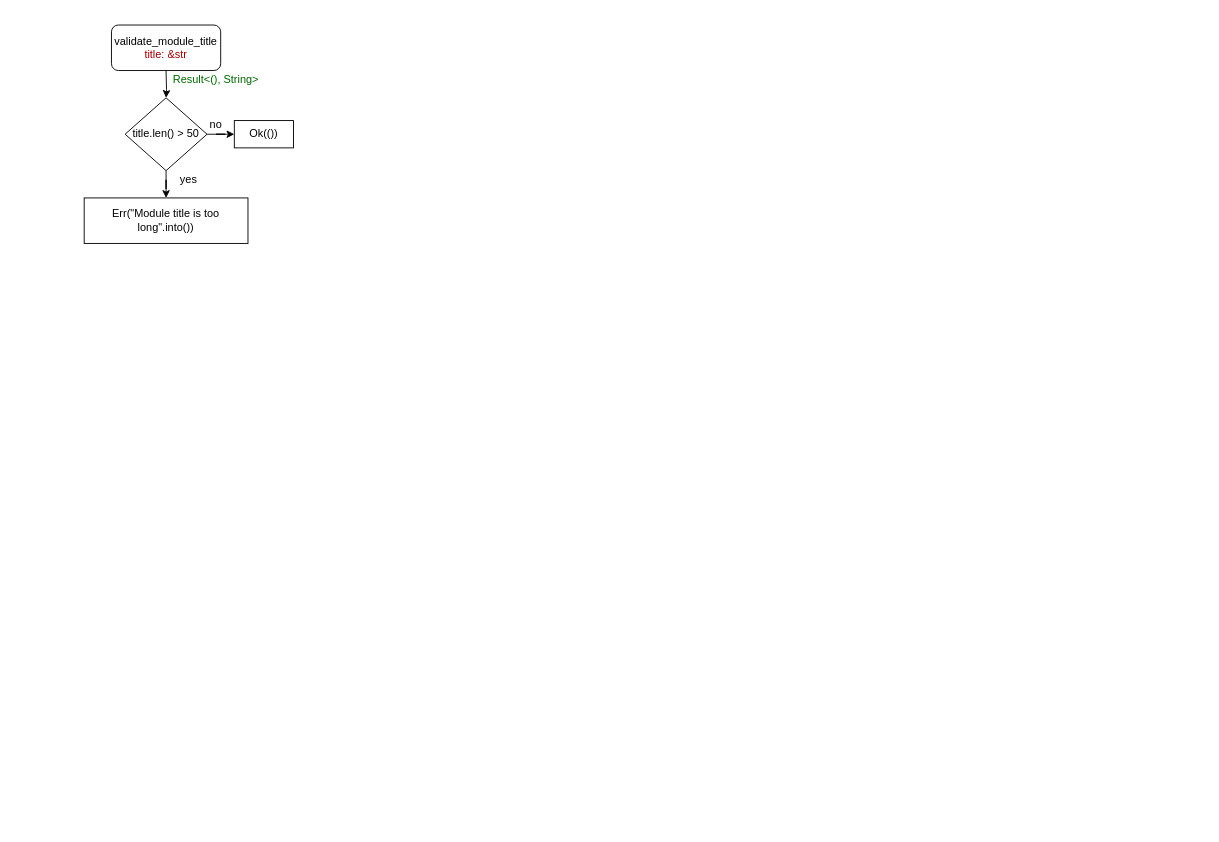
Above: page "module: functions" (7 of 9) of Untitled Diagram.drawio in sdelvalle57/hUdemy (draw.io), before the change. Source tidied: cells renumbered, new cells numbered last; positions are measured from the earlier drawing's top-left corner, leaving out a move shared by most shapes. Both pictures are drawn from the tidied source at 91%, with x=0, y=0 at pixel (84, 25).
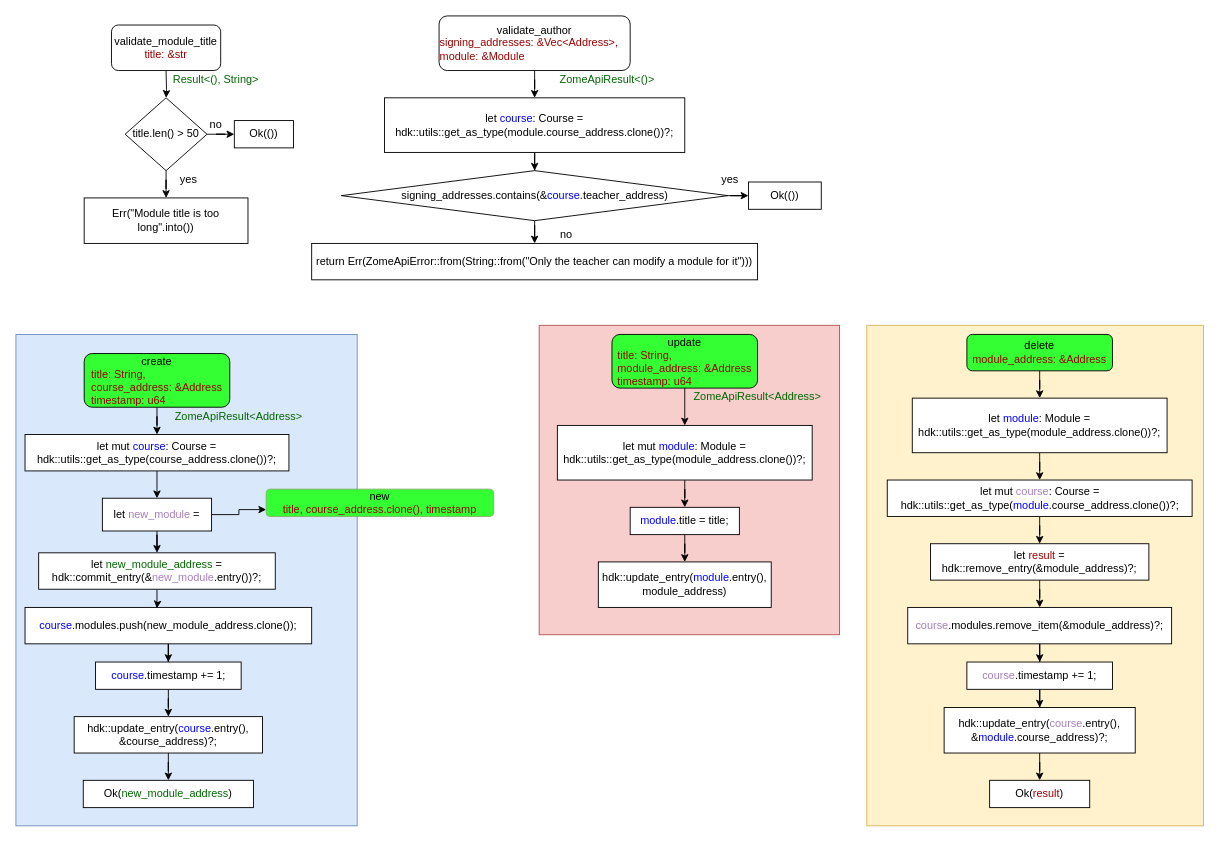
After the change.

The edit, as a diff of the source:
```diff
@@
+    <mxCell id="13" style="rounded=0;whiteSpace=wrap;html=1;fillColor=#fff2cc;strokeColor=#d6b656;" parent="1" vertex="1">
+      <mxGeometry x="860" y="330" width="370" height="550" as="geometry" />
+    </mxCell>
+    <mxCell id="14" style="rounded=0;whiteSpace=wrap;html=1;fillColor=#f8cecc;strokeColor=#b85450;" parent="1" vertex="1">
+      <mxGeometry x="500" y="330" width="330" height="340" as="geometry" />
+    </mxCell>
+    <mxCell id="15" style="rounded=0;whiteSpace=wrap;html=1;fillColor=#dae8fc;strokeColor=#6c8ebf;" parent="1" vertex="1">
+      <mxGeometry x="-75" y="340" width="375" height="540" as="geometry" />
+    </mxCell>
@@
+    <mxCell id="16" style="edgeStyle=orthogonalEdgeStyle;rounded=0;jettySize=auto;html=1;entryX=0.5;entryY=0;entryDx=0;entryDy=0;" parent="1" edge="1" source="17" target="20">
+      <mxGeometry relative="1" as="geometry" />
+    </mxCell>
+    <mxCell id="17" value="&lt;div&gt;validate_author&lt;/div&gt;&lt;div align=&quot;left&quot;&gt;&lt;font color=&quot;#990000&quot;&gt;signing_addresses: &amp;amp;Vec&amp;lt;Address&amp;gt;, module: &amp;amp;Module&lt;/font&gt;&lt;/div&gt;" style="rounded=1;whiteSpace=wrap;html=1;" parent="1" vertex="1">
+      <mxGeometry x="390" y="-10" width="210" height="60" as="geometry" />
+    </mxCell>
+    <mxCell id="18" value="&lt;font color=&quot;#006600&quot;&gt;ZomeApiResult&amp;lt;()&amp;gt;&lt;/font&gt;" style="text;html=1;strokeColor=none;fillColor=none;align=center;verticalAlign=middle;whiteSpace=wrap;rounded=0;" parent="1" vertex="1">
+      <mxGeometry x="520" y="50" width="110" height="20" as="geometry" />
+    </mxCell>
+    <mxCell id="19" style="edgeStyle=orthogonalEdgeStyle;rounded=0;jettySize=auto;html=1;entryX=0.5;entryY=0;entryDx=0;entryDy=0;" parent="1" edge="1" source="20" target="23">
+      <mxGeometry relative="1" as="geometry" />
+    </mxCell>
+    <mxCell id="20" value="let &lt;font color=&quot;#0000FF&quot;&gt;course&lt;/font&gt;: Course = hdk::utils::get_as_type(module.course_address.clone())?;" style="rounded=0;whiteSpace=wrap;html=1;" parent="1" vertex="1">
+      <mxGeometry x="330" y="80" width="330" height="60" as="geometry" />
+    </mxCell>
+    <mxCell id="21" style="edgeStyle=orthogonalEdgeStyle;rounded=0;jettySize=auto;html=1;entryX=0.5;entryY=0;entryDx=0;entryDy=0;" parent="1" edge="1" source="23" target="24">
+      <mxGeometry relative="1" as="geometry" />
+    </mxCell>
+    <mxCell id="22" style="edgeStyle=orthogonalEdgeStyle;rounded=0;jettySize=auto;html=1;entryX=0;entryY=0.5;entryDx=0;entryDy=0;" parent="1" edge="1" source="23" target="26">
+      <mxGeometry relative="1" as="geometry" />
+    </mxCell>
+    <mxCell id="23" value="signing_addresses.contains(&amp;amp;&lt;font color=&quot;#0000FF&quot;&gt;course&lt;/font&gt;.teacher_address)" style="rhombus;whiteSpace=wrap;html=1;" parent="1" vertex="1">
+      <mxGeometry x="282.5" y="160" width="425" height="55" as="geometry" />
+    </mxCell>
+    <mxCell id="24" value="return Err(ZomeApiError::from(String::from(&quot;Only the teacher can modify a module for it&quot;)))" style="rounded=0;whiteSpace=wrap;html=1;" parent="1" vertex="1">
+      <mxGeometry x="250" y="240" width="490" height="40" as="geometry" />
+    </mxCell>
+    <mxCell id="25" value="no" style="text;html=1;strokeColor=none;fillColor=none;align=center;verticalAlign=middle;whiteSpace=wrap;rounded=0;" parent="1" vertex="1">
+      <mxGeometry x="510" y="220" width="40" height="20" as="geometry" />
+    </mxCell>
+    <mxCell id="26" value="Ok(())" style="rounded=0;whiteSpace=wrap;html=1;" parent="1" vertex="1">
+      <mxGeometry x="730" y="172.5" width="80" height="30" as="geometry" />
+    </mxCell>
+    <mxCell id="27" value="yes" style="text;html=1;strokeColor=none;fillColor=none;align=center;verticalAlign=middle;whiteSpace=wrap;rounded=0;" parent="1" vertex="1">
+      <mxGeometry x="690" y="160" width="40" height="20" as="geometry" />
+    </mxCell>
+    <mxCell id="28" style="edgeStyle=orthogonalEdgeStyle;rounded=0;jettySize=auto;html=1;entryX=0.5;entryY=0;entryDx=0;entryDy=0;" parent="1" edge="1" source="29" target="32">
+      <mxGeometry relative="1" as="geometry" />
+    </mxCell>
+    <mxCell id="29" value="create&lt;br&gt;&lt;div align=&quot;left&quot;&gt;&lt;font color=&quot;#990000&quot;&gt;title: String,&lt;/font&gt;&lt;/div&gt;&lt;div align=&quot;left&quot;&gt;&lt;font color=&quot;#990000&quot;&gt;course_address: &amp;amp;Address&lt;br&gt;&lt;/font&gt;&lt;/div&gt;&lt;div align=&quot;left&quot;&gt;&lt;font color=&quot;#990000&quot;&gt;timestamp: u64&lt;/font&gt;&lt;/div&gt;" style="rounded=1;whiteSpace=wrap;html=1;fillColor=#33FF33;" parent="1" vertex="1">
+      <mxGeometry y="361" width="160" height="59" as="geometry" />
+    </mxCell>
+    <mxCell id="30" value="&lt;font color=&quot;#006600&quot;&gt;ZomeApiResult&amp;lt;Address&amp;gt;&lt;/font&gt;" style="text;html=1;strokeColor=none;fillColor=none;align=center;verticalAlign=middle;whiteSpace=wrap;rounded=0;" parent="1" vertex="1">
+      <mxGeometry x="100" y="420" width="140" height="20" as="geometry" />
+    </mxCell>
+    <mxCell id="31" style="edgeStyle=orthogonalEdgeStyle;rounded=0;jettySize=auto;html=1;" parent="1" edge="1" source="32">
+      <mxGeometry relative="1" as="geometry">
+        <mxPoint x="80" y="520" as="targetPoint" />
+      </mxGeometry>
+    </mxCell>
+    <mxCell id="32" value="let mut &lt;font color=&quot;#0000FF&quot;&gt;course&lt;/font&gt;: Course = hdk::utils::get_as_type(course_address.clone())?;" style="rounded=0;whiteSpace=wrap;html=1;" parent="1" vertex="1">
+      <mxGeometry x="-65" y="450" width="290" height="40" as="geometry" />
+    </mxCell>
+    <mxCell id="33" value="&lt;div&gt;new&lt;/div&gt;&lt;font color=&quot;#990000&quot;&gt;title, course_address.clone(), timestamp&lt;br&gt;&lt;/font&gt;" style="rounded=1;whiteSpace=wrap;html=1;fillColor=#33FF33;strokeColor=#82b366;" parent="1" vertex="1">
+      <mxGeometry x="200" y="510" width="250" height="30" as="geometry" />
+    </mxCell>
+    <mxCell id="34" style="edgeStyle=orthogonalEdgeStyle;rounded=0;jettySize=auto;html=1;entryX=0;entryY=0.75;entryDx=0;entryDy=0;" parent="1" edge="1" source="36" target="33">
+      <mxGeometry relative="1" as="geometry" />
+    </mxCell>
+    <mxCell id="35" style="edgeStyle=orthogonalEdgeStyle;rounded=0;jettySize=auto;html=1;entryX=0.5;entryY=0;entryDx=0;entryDy=0;" parent="1" edge="1" source="36" target="38">
+      <mxGeometry relative="1" as="geometry" />
+    </mxCell>
+    <mxCell id="36" value="let &lt;font color=&quot;#A680B8&quot;&gt;new_module &lt;/font&gt;=" style="rounded=0;whiteSpace=wrap;html=1;" parent="1" vertex="1">
+      <mxGeometry x="20" y="520" width="120" height="36" as="geometry" />
+    </mxCell>
+    <mxCell id="37" style="edgeStyle=orthogonalEdgeStyle;rounded=0;jettySize=auto;html=1;entryX=0.46;entryY=0.025;entryDx=0;entryDy=0;entryPerimeter=0;" parent="1" edge="1" source="38" target="40">
+      <mxGeometry relative="1" as="geometry" />
+    </mxCell>
+    <mxCell id="38" value="let &lt;font color=&quot;#006600&quot;&gt;new_module_address &lt;/font&gt;= hdk::commit_entry(&amp;amp;&lt;font color=&quot;#A680B8&quot;&gt;new_module&lt;/font&gt;.entry())?;" style="rounded=0;whiteSpace=wrap;html=1;" parent="1" vertex="1">
+      <mxGeometry x="-50" y="580" width="260" height="40" as="geometry" />
+    </mxCell>
+    <mxCell id="39" style="edgeStyle=orthogonalEdgeStyle;rounded=0;jettySize=auto;html=1;" parent="1" edge="1" source="40" target="42">
+      <mxGeometry relative="1" as="geometry" />
+    </mxCell>
+    <mxCell id="40" value="&lt;font color=&quot;#0000FF&quot;&gt;course&lt;/font&gt;.modules.push(new_module_address.clone());" style="rounded=0;whiteSpace=wrap;html=1;" parent="1" vertex="1">
+      <mxGeometry x="-65" y="640" width="315" height="40" as="geometry" />
+    </mxCell>
+    <mxCell id="41" style="edgeStyle=orthogonalEdgeStyle;rounded=0;jettySize=auto;html=1;entryX=0.5;entryY=0;entryDx=0;entryDy=0;" parent="1" edge="1" source="42" target="44">
+      <mxGeometry relative="1" as="geometry" />
+    </mxCell>
+    <mxCell id="42" value="&lt;font color=&quot;#0000FF&quot;&gt;course&lt;/font&gt;.timestamp += 1;" style="rounded=0;whiteSpace=wrap;html=1;" parent="1" vertex="1">
+      <mxGeometry x="12.5" y="700" width="160" height="30" as="geometry" />
+    </mxCell>
+    <mxCell id="43" style="edgeStyle=orthogonalEdgeStyle;rounded=0;jettySize=auto;html=1;" parent="1" edge="1" source="44" target="45">
+      <mxGeometry relative="1" as="geometry" />
+    </mxCell>
+    <mxCell id="44" value="hdk::update_entry(&lt;font color=&quot;#0000FF&quot;&gt;course&lt;/font&gt;.entry(), &amp;amp;course_address)?;" style="rounded=0;whiteSpace=wrap;html=1;" parent="1" vertex="1">
+      <mxGeometry x="-11" y="760" width="207" height="40" as="geometry" />
+    </mxCell>
+    <mxCell id="45" value="Ok(&lt;font color=&quot;#006600&quot;&gt;new_module_address&lt;/font&gt;)" style="rounded=0;whiteSpace=wrap;html=1;" parent="1" vertex="1">
+      <mxGeometry x="-1" y="830" width="187" height="30" as="geometry" />
+    </mxCell>
+    <mxCell id="46" style="edgeStyle=orthogonalEdgeStyle;rounded=0;jettySize=auto;html=1;entryX=0.5;entryY=0;entryDx=0;entryDy=0;" parent="1" edge="1" source="47" target="50">
+      <mxGeometry relative="1" as="geometry" />
+    </mxCell>
+    <mxCell id="47" value="update&lt;br&gt;&lt;div align=&quot;left&quot;&gt;&lt;font color=&quot;#990000&quot;&gt;title: String,&lt;/font&gt;&lt;/div&gt;&lt;div align=&quot;left&quot;&gt;&lt;font color=&quot;#990000&quot;&gt;module_address: &amp;amp;Address&lt;br&gt;&lt;/font&gt;&lt;/div&gt;&lt;div align=&quot;left&quot;&gt;&lt;font color=&quot;#990000&quot;&gt;timestamp: u64&lt;/font&gt;&lt;/div&gt;" style="rounded=1;whiteSpace=wrap;html=1;fillColor=#33FF33;" parent="1" vertex="1">
+      <mxGeometry x="580" y="340" width="160" height="59" as="geometry" />
+    </mxCell>
+    <mxCell id="48" value="&lt;font color=&quot;#006600&quot;&gt;ZomeApiResult&amp;lt;Address&amp;gt;&lt;/font&gt;" style="text;html=1;strokeColor=none;fillColor=none;align=center;verticalAlign=middle;whiteSpace=wrap;rounded=0;" parent="1" vertex="1">
+      <mxGeometry x="670" y="399" width="140" height="20" as="geometry" />
+    </mxCell>
+    <mxCell id="49" style="edgeStyle=orthogonalEdgeStyle;rounded=0;jettySize=auto;html=1;entryX=0.5;entryY=0;entryDx=0;entryDy=0;" parent="1" edge="1" source="50" target="52">
+      <mxGeometry relative="1" as="geometry" />
+    </mxCell>
+    <mxCell id="50" value="let mut &lt;font color=&quot;#0000FF&quot;&gt;module&lt;/font&gt;: Module = hdk::utils::get_as_type(module_address.clone())?;" style="rounded=0;whiteSpace=wrap;html=1;" parent="1" vertex="1">
+      <mxGeometry x="520" y="440" width="280" height="60" as="geometry" />
+    </mxCell>
+    <mxCell id="51" style="edgeStyle=orthogonalEdgeStyle;rounded=0;jettySize=auto;html=1;entryX=0.5;entryY=0;entryDx=0;entryDy=0;" parent="1" edge="1" source="52" target="53">
+      <mxGeometry relative="1" as="geometry" />
+    </mxCell>
+    <mxCell id="52" value="&lt;font color=&quot;#0000FF&quot;&gt;module&lt;/font&gt;.title = title;" style="rounded=0;whiteSpace=wrap;html=1;" parent="1" vertex="1">
+      <mxGeometry x="600" y="530" width="120" height="30" as="geometry" />
+    </mxCell>
+    <mxCell id="53" value="hdk::update_entry(&lt;font color=&quot;#0000FF&quot;&gt;module&lt;/font&gt;.entry(), module_address)" style="rounded=0;whiteSpace=wrap;html=1;" parent="1" vertex="1">
+      <mxGeometry x="565" y="590" width="190" height="50" as="geometry" />
+    </mxCell>
+    <mxCell id="54" style="edgeStyle=orthogonalEdgeStyle;rounded=0;jettySize=auto;html=1;entryX=0.5;entryY=0;entryDx=0;entryDy=0;" parent="1" edge="1" source="55" target="57">
+      <mxGeometry relative="1" as="geometry" />
+    </mxCell>
+    <mxCell id="55" value="delete&lt;br&gt;&lt;div align=&quot;left&quot;&gt;&lt;font color=&quot;#990000&quot;&gt;module_address: &amp;amp;Address&lt;br&gt;&lt;/font&gt;&lt;/div&gt;" style="rounded=1;whiteSpace=wrap;html=1;fillColor=#33FF33;" parent="1" vertex="1">
+      <mxGeometry x="970" y="340" width="160" height="40" as="geometry" />
+    </mxCell>
+    <mxCell id="56" style="edgeStyle=orthogonalEdgeStyle;rounded=0;jettySize=auto;html=1;entryX=0.5;entryY=0;entryDx=0;entryDy=0;" parent="1" edge="1" source="57" target="59">
+      <mxGeometry relative="1" as="geometry" />
+    </mxCell>
+    <mxCell id="57" value="let &lt;font color=&quot;#0000FF&quot;&gt;module&lt;/font&gt;: Module = hdk::utils::get_as_type(module_address.clone())?;" style="rounded=0;whiteSpace=wrap;html=1;" parent="1" vertex="1">
+      <mxGeometry x="910" y="410" width="280" height="60" as="geometry" />
+    </mxCell>
+    <mxCell id="58" style="edgeStyle=orthogonalEdgeStyle;rounded=0;jettySize=auto;html=1;entryX=0.5;entryY=0;entryDx=0;entryDy=0;" parent="1" edge="1" source="59" target="61">
+      <mxGeometry relative="1" as="geometry" />
+    </mxCell>
+    <mxCell id="59" value="let mut &lt;font color=&quot;#A680B8&quot;&gt;course&lt;/font&gt;: Course = hdk::utils::get_as_type(&lt;font color=&quot;#0000FF&quot;&gt;module&lt;/font&gt;.course_address.clone())?;" style="rounded=0;whiteSpace=wrap;html=1;" parent="1" vertex="1">
+      <mxGeometry x="882.5" y="500" width="335" height="40" as="geometry" />
+    </mxCell>
+    <mxCell id="60" style="edgeStyle=orthogonalEdgeStyle;rounded=0;jettySize=auto;html=1;entryX=0.5;entryY=0;entryDx=0;entryDy=0;" parent="1" edge="1" source="61" target="63">
+      <mxGeometry relative="1" as="geometry" />
+    </mxCell>
+    <mxCell id="61" value="let &lt;font color=&quot;#990000&quot;&gt;result &lt;/font&gt;= hdk::remove_entry(&amp;amp;module_address)?;" style="rounded=0;whiteSpace=wrap;html=1;" parent="1" vertex="1">
+      <mxGeometry x="930" y="570" width="240" height="40" as="geometry" />
+    </mxCell>
+    <mxCell id="62" style="edgeStyle=orthogonalEdgeStyle;rounded=0;jettySize=auto;html=1;entryX=0.5;entryY=0;entryDx=0;entryDy=0;" parent="1" edge="1" source="63" target="65">
+      <mxGeometry relative="1" as="geometry" />
+    </mxCell>
+    <mxCell id="63" value="&lt;font color=&quot;#A680B8&quot;&gt;course&lt;/font&gt;.modules.remove_item(&amp;amp;module_address)?;" style="rounded=0;whiteSpace=wrap;html=1;" parent="1" vertex="1">
+      <mxGeometry x="905" y="640" width="290" height="40" as="geometry" />
+    </mxCell>
+    <mxCell id="64" style="edgeStyle=orthogonalEdgeStyle;rounded=0;jettySize=auto;html=1;entryX=0.5;entryY=0;entryDx=0;entryDy=0;" parent="1" edge="1" source="65" target="67">
+      <mxGeometry relative="1" as="geometry" />
+    </mxCell>
+    <mxCell id="65" value="&lt;font color=&quot;#A680B8&quot;&gt;course&lt;/font&gt;.timestamp += 1;" style="rounded=0;whiteSpace=wrap;html=1;" parent="1" vertex="1">
+      <mxGeometry x="970" y="700" width="160" height="30" as="geometry" />
+    </mxCell>
+    <mxCell id="66" style="edgeStyle=orthogonalEdgeStyle;rounded=0;jettySize=auto;html=1;entryX=0.5;entryY=0;entryDx=0;entryDy=0;" parent="1" edge="1" source="67" target="68">
+      <mxGeometry relative="1" as="geometry" />
+    </mxCell>
+    <mxCell id="67" value="hdk::update_entry(&lt;font color=&quot;#A680B8&quot;&gt;course&lt;/font&gt;.entry(), &amp;amp;&lt;font color=&quot;#0000FF&quot;&gt;module&lt;/font&gt;.course_address)?;" style="rounded=0;whiteSpace=wrap;html=1;" parent="1" vertex="1">
+      <mxGeometry x="945" y="750" width="210" height="50" as="geometry" />
+    </mxCell>
+    <mxCell id="68" value="Ok(&lt;font color=&quot;#990000&quot;&gt;result&lt;/font&gt;)" style="rounded=0;whiteSpace=wrap;html=1;" parent="1" vertex="1">
+      <mxGeometry x="995" y="830" width="110" height="30" as="geometry" />
+    </mxCell>
```
